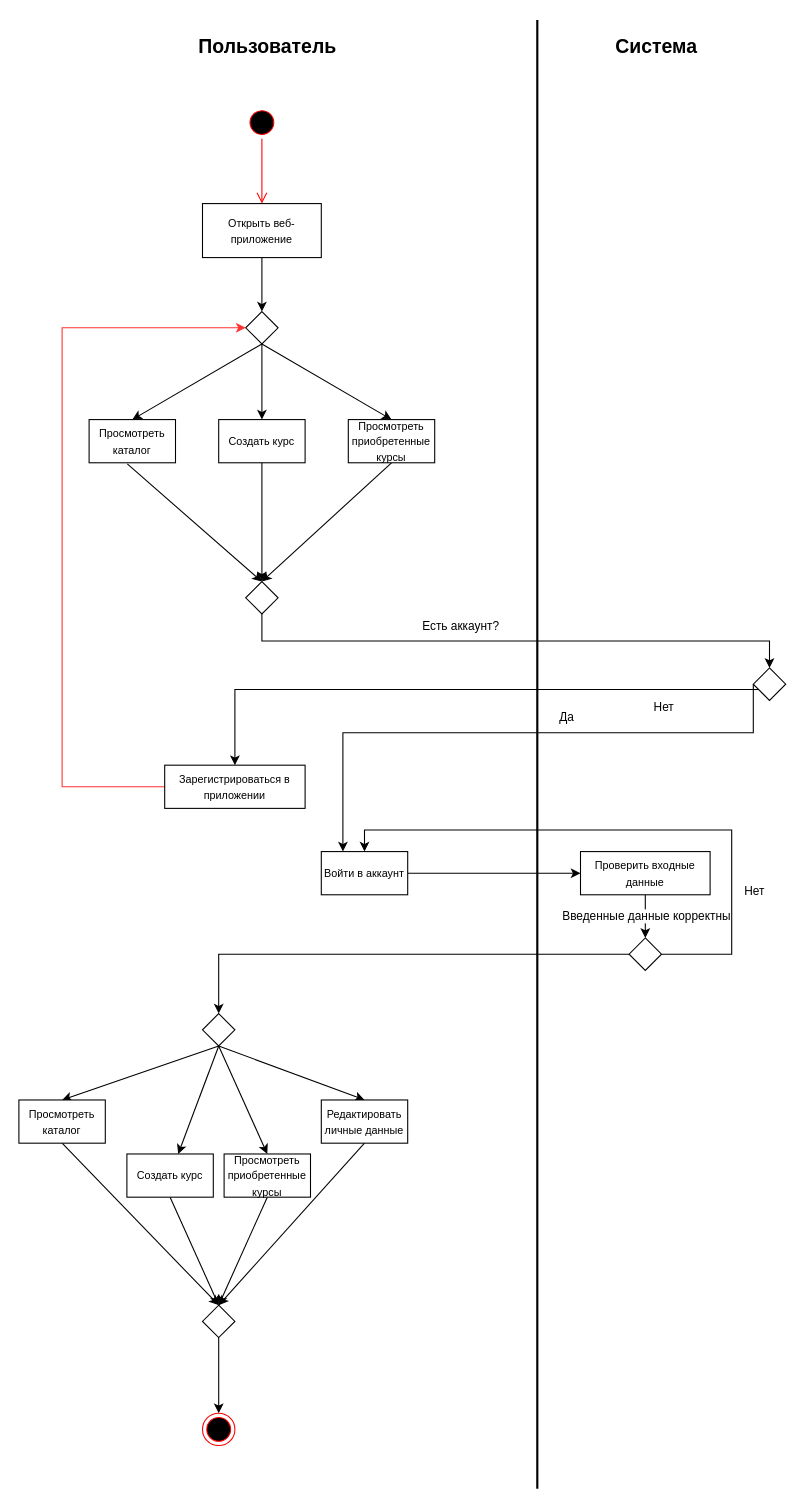
Above: page "Activity" (1 of 20) of Диаграммы/ДиграммыТЗ.drawio in bosonhiiggs/Music-Trainee (draw.io), before the change. Source tidied: cells renumbered, new cells numbered last; positions are measured from the earlier drawing's top-left corner, leaving out a move shared by most shapes. Both pictures are drawn from the tidied source at 108%, with x=0, y=0 at pixel (18, 19).
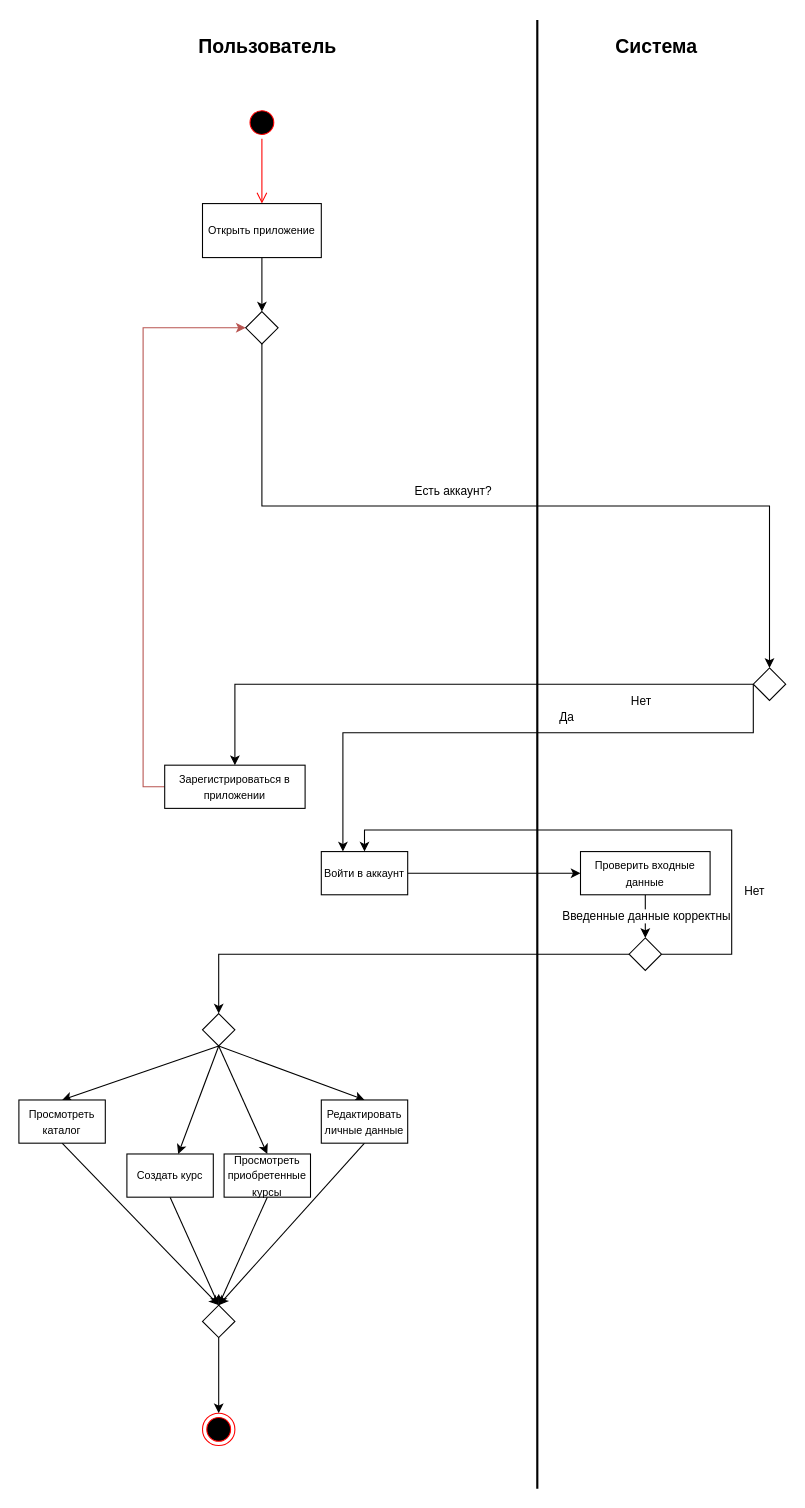
The same diagram, later.

The change refers to these unchanged cells:
```xml
<mxCell id="27" style="rhombus;whiteSpace=wrap;html=1;" parent="1" vertex="1">
  <mxGeometry x="680" y="600" width="30" height="30" as="geometry" />
</mxCell>
<mxCell id="31" value="&lt;font style=&quot;font-size: 10px;&quot;&gt;Зарегистрироваться в приложении&lt;/font&gt;" style="html=1;whiteSpace=wrap;" parent="1" vertex="1">
  <mxGeometry x="135" y="690" width="130" height="40" as="geometry" />
</mxCell>
```

Change to the diagram source:
```diff
@@
-    <mxCell id="7" style="edgeStyle=orthogonalEdgeStyle;rounded=0;jettySize=auto;html=1;exitX=0.5;exitY=1;exitDx=0;exitDy=0;entryX=0.5;entryY=0;entryDx=0;entryDy=0;" parent="1" edge="1" source="8" target="12">
-      <mxGeometry relative="1" as="geometry" />
+    <mxCell id="7" style="edgeStyle=orthogonalEdgeStyle;rounded=0;jettySize=auto;html=1;exitX=0.5;exitY=1;exitDx=0;exitDy=0;entryX=0.5;entryY=0;entryDx=0;entryDy=0;" parent="1" edge="1" source="8">
+      <mxGeometry relative="1" as="geometry">
+        <mxPoint x="225" y="270" as="targetPoint" />
+      </mxGeometry>
     </mxCell>
-    <mxCell id="8" value="&lt;font style=&quot;font-size: 10px;&quot;&gt;Открыть веб-приложение&lt;/font&gt;" style="html=1;whiteSpace=wrap;" parent="1" vertex="1">
+    <mxCell id="8" value="&lt;font style=&quot;font-size: 10px;&quot;&gt;Открыть приложение&lt;/font&gt;" style="html=1;whiteSpace=wrap;" parent="1" vertex="1">
       <mxGeometry x="170" y="170" width="110" height="50" as="geometry" />
     </mxCell>
-    <mxCell id="9" style="rounded=0;jettySize=auto;html=1;exitX=0.5;exitY=1;exitDx=0;exitDy=0;entryX=0.5;entryY=0;entryDx=0;entryDy=0;" parent="1" edge="1" source="12" target="13">
-      <mxGeometry relative="1" as="geometry" />
-    </mxCell>
-    <mxCell id="10" style="rounded=0;jettySize=auto;html=1;exitX=0.5;exitY=1;exitDx=0;exitDy=0;entryX=0.5;entryY=0;entryDx=0;entryDy=0;" parent="1" edge="1" source="12" target="15">
-      <mxGeometry relative="1" as="geometry" />
-    </mxCell>
-    <mxCell id="11" style="rounded=0;jettySize=auto;html=1;exitX=0.5;exitY=1;exitDx=0;exitDy=0;entryX=0.5;entryY=0;entryDx=0;entryDy=0;" parent="1" edge="1" source="12" target="17">
-      <mxGeometry relative="1" as="geometry" />
-    </mxCell>
-    <mxCell id="12" style="rhombus;whiteSpace=wrap;html=1;" parent="1" vertex="1">
-      <mxGeometry x="210" y="270" width="30" height="30" as="geometry" />
-    </mxCell>
-    <mxCell id="13" value="&lt;font style=&quot;font-size: 10px;&quot;&gt;Просмотреть каталог&lt;/font&gt;" style="html=1;whiteSpace=wrap;" parent="1" vertex="1">
-      <mxGeometry x="65" y="370" width="80" height="40" as="geometry" />
-    </mxCell>
-    <mxCell id="14" style="rounded=0;jettySize=auto;html=1;exitX=0.5;exitY=1;exitDx=0;exitDy=0;entryX=0.5;entryY=0;entryDx=0;entryDy=0;" parent="1" edge="1" source="15" target="21">
-      <mxGeometry relative="1" as="geometry" />
-    </mxCell>
-    <mxCell id="15" value="&lt;font style=&quot;font-size: 10px;&quot;&gt;Создать курс&lt;/font&gt;" style="html=1;whiteSpace=wrap;" parent="1" vertex="1">
-      <mxGeometry x="185" y="370" width="80" height="40" as="geometry" />
-    </mxCell>
-    <mxCell id="16" style="rounded=0;jettySize=auto;html=1;exitX=0.5;exitY=1;exitDx=0;exitDy=0;entryX=0.5;entryY=0;entryDx=0;entryDy=0;" parent="1" edge="1" source="17" target="21">
-      <mxGeometry relative="1" as="geometry" />
-    </mxCell>
-    <mxCell id="17" value="&lt;font style=&quot;font-size: 10px;&quot;&gt;Просмотреть приобретенные курсы&lt;/font&gt;" style="html=1;whiteSpace=wrap;" parent="1" vertex="1">
-      <mxGeometry x="305" y="370" width="80" height="40" as="geometry" />
-    </mxCell>
-    <mxCell id="18" style="rounded=0;jettySize=auto;html=1;exitX=0.442;exitY=1.027;exitDx=0;exitDy=0;entryX=0.5;entryY=0;entryDx=0;entryDy=0;exitPerimeter=0;" parent="1" edge="1" source="13" target="21">
-      <mxGeometry relative="1" as="geometry" />
-    </mxCell>
-    <mxCell id="19" style="edgeStyle=orthogonalEdgeStyle;rounded=0;jettySize=auto;html=1;exitX=0.5;exitY=1;exitDx=0;exitDy=0;entryX=0.5;entryY=0;entryDx=0;entryDy=0;" parent="1" edge="1" source="21" target="27">
+    <mxCell id="19" style="edgeStyle=orthogonalEdgeStyle;rounded=0;jettySize=auto;html=1;exitX=0.5;exitY=1;exitDx=0;exitDy=0;entryX=0.5;entryY=0;entryDx=0;entryDy=0;" parent="1" edge="1" source="12" target="27">
       <mxGeometry relative="1" as="geometry" />
     </mxCell>
@@
-    <mxCell id="21" style="rhombus;whiteSpace=wrap;html=1;" parent="1" vertex="1">
-      <mxGeometry x="210" y="520" width="30" height="30" as="geometry" />
-    </mxCell>
@@
-    <mxCell id="25" style="edgeStyle=orthogonalEdgeStyle;rounded=0;jettySize=auto;html=1;exitX=0.5;exitY=1;exitDx=0;exitDy=0;entryX=0.5;entryY=0;entryDx=0;entryDy=0;" parent="1" edge="1" source="27" target="31">
+    <mxCell id="25" style="edgeStyle=orthogonalEdgeStyle;rounded=0;jettySize=auto;html=1;exitX=0;exitY=0.5;exitDx=0;exitDy=0;entryX=0.5;entryY=0;entryDx=0;entryDy=0;" parent="1" edge="1" source="27" target="31">
       <mxGeometry relative="1" as="geometry">
         <Array as="points">
-          <mxPoint x="695" y="620" />
-          <mxPoint x="200" y="620" />
+          <mxPoint x="200" y="615" />
         </Array>
       </mxGeometry>
     </mxCell>
@@
-    <mxCell id="30" style="edgeStyle=orthogonalEdgeStyle;rounded=0;jettySize=auto;html=1;exitX=0;exitY=0.5;exitDx=0;exitDy=0;entryX=0;entryY=0.5;entryDx=0;entryDy=0;fillColor=#f8cecc;strokeColor=#FF3333;" parent="1" edge="1" source="31" target="12">
-      <mxGeometry relative="1" as="geometry">
-        <Array as="points">
-          <mxPoint x="40" y="710" />
-          <mxPoint x="40" y="285" />
-        </Array>
-      </mxGeometry>
+    <mxCell id="30" style="edgeStyle=orthogonalEdgeStyle;rounded=0;jettySize=auto;html=1;exitX=0;exitY=0.5;exitDx=0;exitDy=0;entryX=0;entryY=0.5;entryDx=0;entryDy=0;fillColor=#f8cecc;strokeColor=#b85450;" parent="1" edge="1" source="31" target="12">
+      <mxGeometry relative="1" as="geometry" />
     </mxCell>
@@
+    <mxCell id="12" style="rhombus;whiteSpace=wrap;html=1;" parent="1" vertex="1">
+      <mxGeometry x="210" y="270" width="30" height="30" as="geometry" />
+    </mxCell>
```
